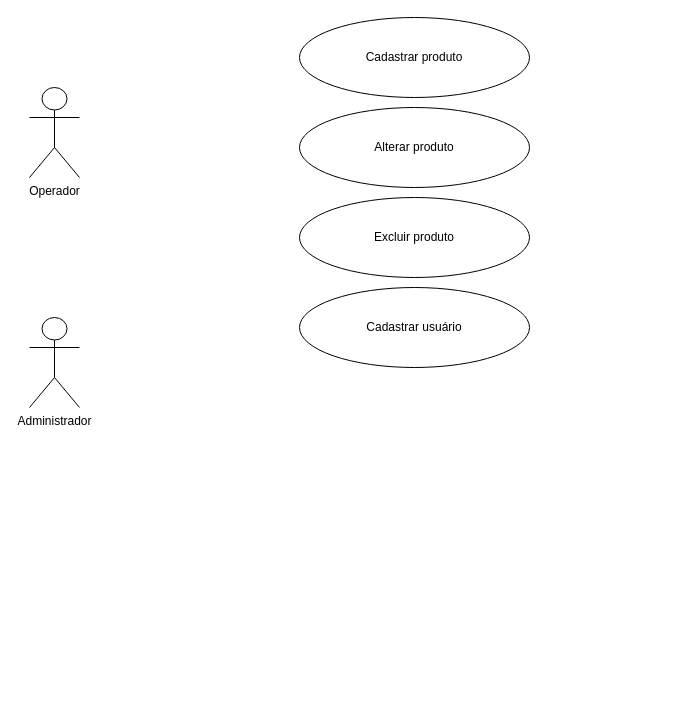
This is back-end/projects/SGE/Diagrama sem nome.drawio from diguima/cursos, a draw.io file, before an edit. Source tidied: cells renumbered, new cells numbered last; positions are measured from the earlier drawing's top-left corner, leaving out a move shared by most shapes. Both pictures are drawn from the tidied source at 100%, with x=0, y=0 at pixel (29, 17).
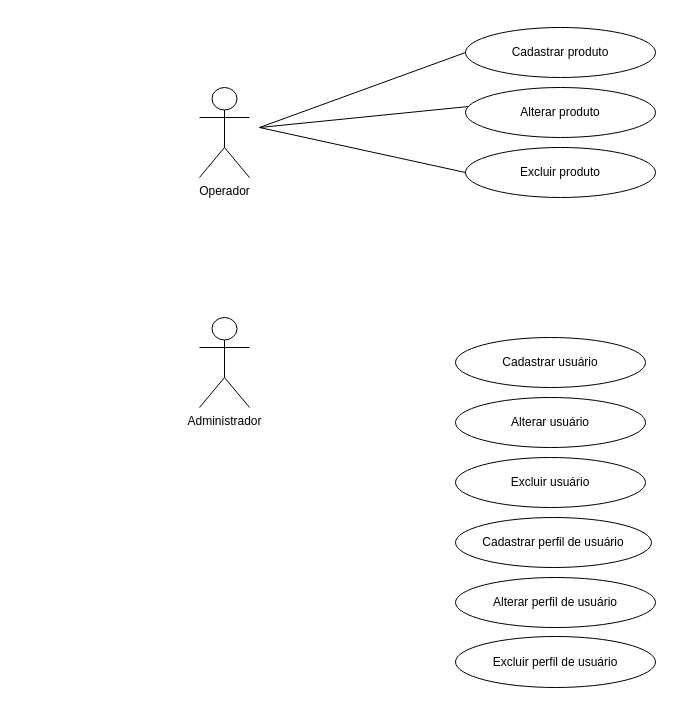
The same page after the edit.

What changed in the source:
```diff
@@
 <mxGraphModel>
   <root>
     <mxCell id="0" />
     <mxCell id="1" parent="0" />
     <mxCell id="2" value="Operador" style="shape=umlActor;verticalLabelPosition=bottom;verticalAlign=top;html=1;" parent="1" vertex="1">
-      <mxGeometry y="70" width="50" height="90" as="geometry" />
+      <mxGeometry x="170" y="70" width="50" height="90" as="geometry" />
     </mxCell>
     <mxCell id="3" value="Administrador" style="shape=umlActor;verticalLabelPosition=bottom;verticalAlign=top;html=1;" parent="1" vertex="1">
-      <mxGeometry y="300" width="50" height="90" as="geometry" />
+      <mxGeometry x="170" y="300" width="50" height="90" as="geometry" />
     </mxCell>
     <mxCell id="4" value="Cadastrar produto" style="ellipse;whiteSpace=wrap;html=1;" parent="1" vertex="1">
-      <mxGeometry x="270" width="230" height="80" as="geometry" />
+      <mxGeometry x="436" y="10" width="190" height="50" as="geometry" />
     </mxCell>
     <mxCell id="5" value="Alterar produto" style="ellipse;whiteSpace=wrap;html=1;" parent="1" vertex="1">
-      <mxGeometry x="270" y="90" width="230" height="80" as="geometry" />
+      <mxGeometry x="436" y="70" width="190" height="50" as="geometry" />
     </mxCell>
     <mxCell id="6" value="Excluir produto" style="ellipse;whiteSpace=wrap;html=1;" parent="1" vertex="1">
-      <mxGeometry x="270" y="180" width="230" height="80" as="geometry" />
+      <mxGeometry x="436" y="130" width="190" height="50" as="geometry" />
     </mxCell>
     <mxCell id="7" value="Cadastrar usuário" style="ellipse;whiteSpace=wrap;html=1;" parent="1" vertex="1">
-      <mxGeometry x="270" y="270" width="230" height="80" as="geometry" />
+      <mxGeometry x="426" y="320" width="190" height="50" as="geometry" />
     </mxCell>
+    <mxCell id="8" value="Alterar usuário" style="ellipse;whiteSpace=wrap;html=1;" parent="1" vertex="1">
+      <mxGeometry x="426" y="380" width="190" height="50" as="geometry" />
+    </mxCell>
+    <mxCell id="9" value="Excluir usuário" style="ellipse;whiteSpace=wrap;html=1;" parent="1" vertex="1">
+      <mxGeometry x="426" y="440" width="190" height="50" as="geometry" />
+    </mxCell>
+    <mxCell id="10" value="Cadastrar perfil de usuário" style="ellipse;whiteSpace=wrap;html=1;" parent="1" vertex="1">
+      <mxGeometry x="426" y="500" width="196" height="50" as="geometry" />
+    </mxCell>
+    <mxCell id="11" value="Alterar perfil de&amp;nbsp;usuário" style="ellipse;whiteSpace=wrap;html=1;" parent="1" vertex="1">
+      <mxGeometry x="426" y="560" width="200" height="50" as="geometry" />
+    </mxCell>
+    <mxCell id="12" value="Excluir perfil de&amp;nbsp;usuário" style="ellipse;whiteSpace=wrap;html=1;" parent="1" vertex="1">
+      <mxGeometry x="426" y="619" width="200" height="51" as="geometry" />
+    </mxCell>
+    <mxCell id="13" style="endArrow=none;html=1;rounded=0;entryX=0;entryY=0.5;entryDx=0;entryDy=0;" parent="1" edge="1" target="4">
+      <mxGeometry relative="1" as="geometry">
+        <mxPoint x="230" y="110" as="sourcePoint" />
+      </mxGeometry>
+    </mxCell>
+    <mxCell id="14" style="endArrow=none;html=1;rounded=0;entryX=0.016;entryY=0.38;entryDx=0;entryDy=0;entryPerimeter=0;" parent="1" edge="1" target="5">
+      <mxGeometry relative="1" as="geometry">
+        <mxPoint x="230" y="110" as="sourcePoint" />
+      </mxGeometry>
+    </mxCell>
+    <mxCell id="15" style="endArrow=none;html=1;rounded=0;entryX=0;entryY=0.5;entryDx=0;entryDy=0;" parent="1" edge="1" target="6">
+      <mxGeometry relative="1" as="geometry">
+        <mxPoint x="230" y="110" as="sourcePoint" />
+      </mxGeometry>
+    </mxCell>
   </root>
 </mxGraphModel>
```
